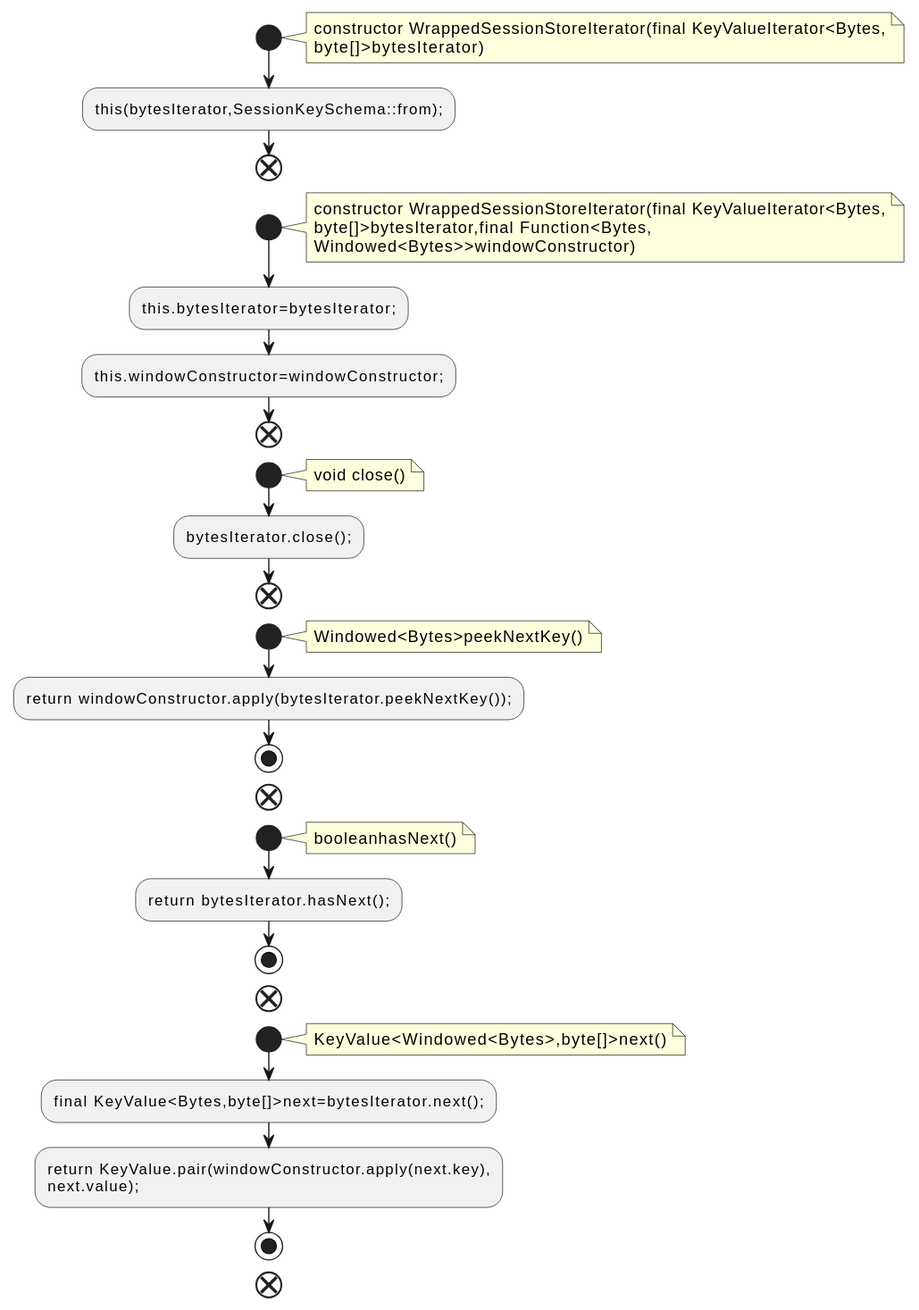
The PlantUML diagram docs/qc/streams/src/main/java/org/apache/kafka/streams/state/internals/WrappedSessionStoreIterator.java.fct.svg in qualitesys/kafka, before a commit.
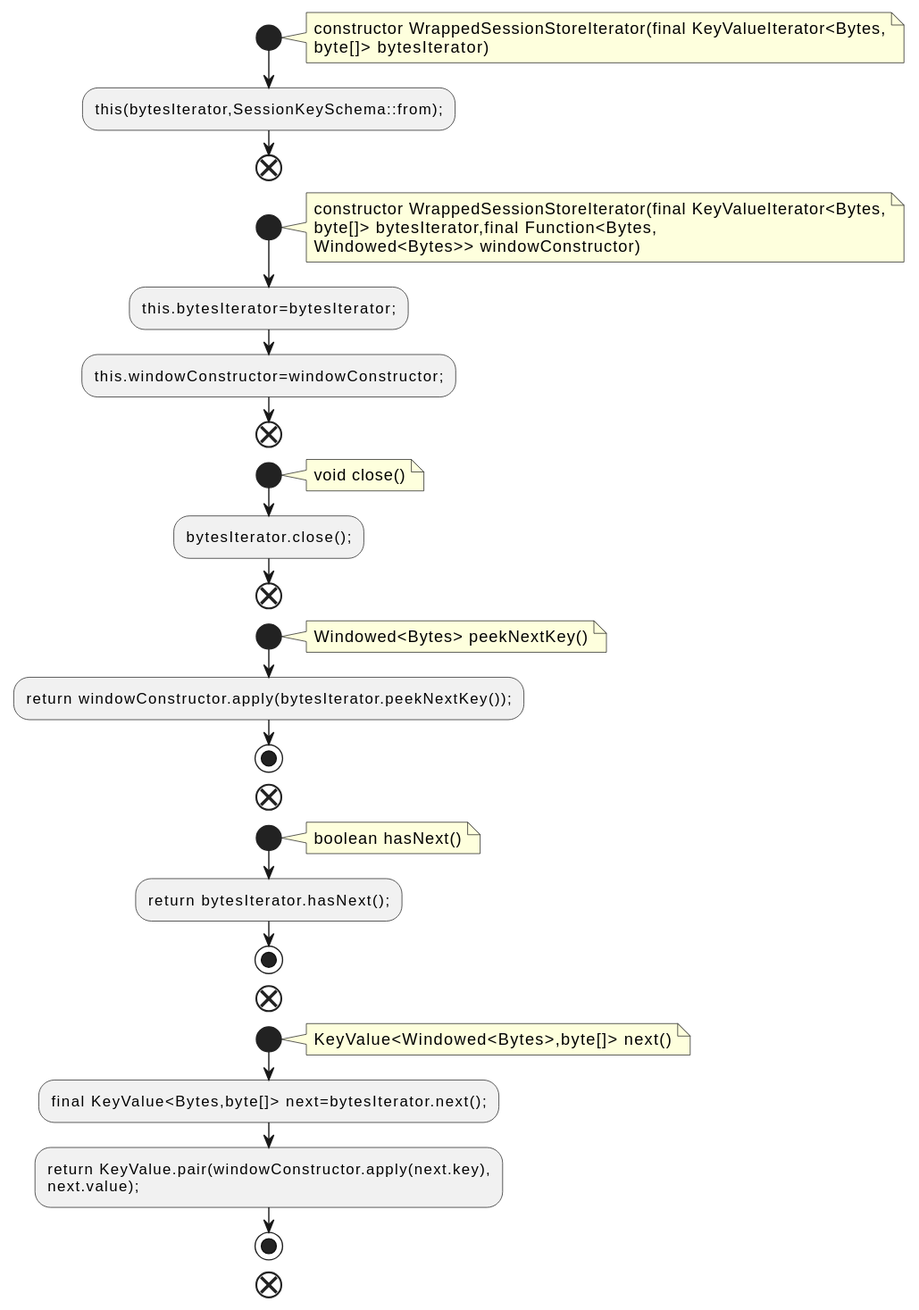
After the commit.

Change to the diagram source:
```diff
@@ -3,15 +3,15 @@
 start
 note right
 constructor WrappedSessionStoreIterator(final KeyValueIterator<Bytes,
-byte[]>bytesIterator)
+byte[]> bytesIterator)
 end note
 :this(bytesIterator,SessionKeySchema::from);;
 end
 start
 note right
 constructor WrappedSessionStoreIterator(final KeyValueIterator<Bytes,
-byte[]>bytesIterator,final Function<Bytes,
-Windowed<Bytes>>windowConstructor)
+byte[]> bytesIterator,final Function<Bytes,
+Windowed<Bytes>> windowConstructor)
 end note
 :this.bytesIterator=bytesIterator;;
 :this.windowConstructor=windowConstructor;;
@@ -24,23 +24,23 @@
 end
 start
 note right
-Windowed<Bytes>peekNextKey()
+Windowed<Bytes> peekNextKey()
 end note
 :return windowConstructor.apply(bytesIterator.peekNextKey());;
 stop
 end
 start
 note right
-booleanhasNext()
+boolean hasNext()
 end note
 :return bytesIterator.hasNext();;
 stop
 end
 start
 note right
-KeyValue<Windowed<Bytes>,byte[]>next()
+KeyValue<Windowed<Bytes>,byte[]> next()
 end note
-:final KeyValue<Bytes,byte[]>next=bytesIterator.next();;
+:final KeyValue<Bytes,byte[]> next=bytesIterator.next();;
 :return KeyValue.pair(windowConstructor.apply(next.key),
 next.value);;
 stop
```
